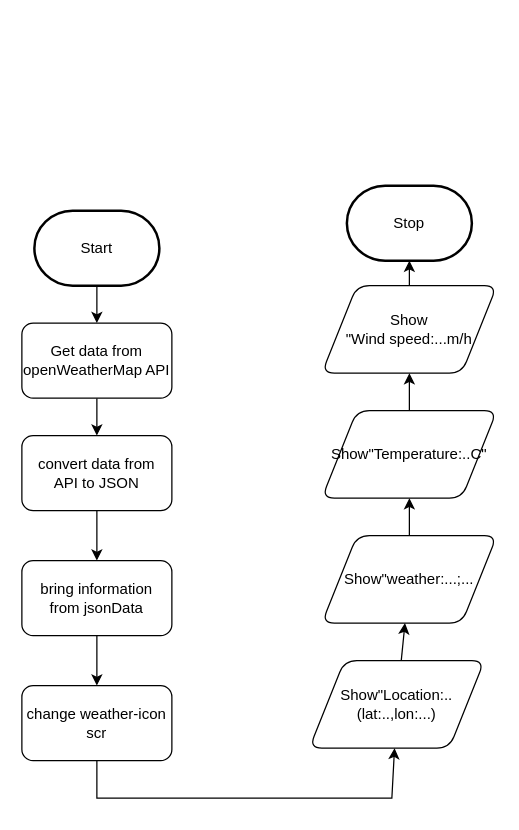
The draw.io diagram design/flowchart.drawio in MTHS-ICD2O-1-2024/ICD2O-Unit-6-03-Adrina-peighambarzadeh, before the edit. Source tidied: cells renumbered, new cells numbered last; positions are measured from the earlier drawing's top-left corner, leaving out a move shared by most shapes. Both pictures are drawn from the tidied source at 125%, with x=0, y=0 at pixel (21, 185).
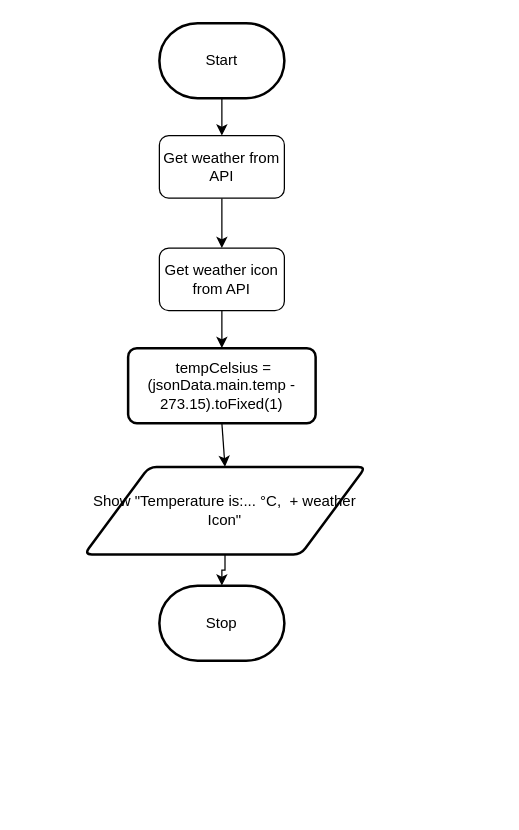
The same diagram, later.

Diff of the diagram source:
```diff
@@
-    <mxCell id="2" style="edgeStyle=none;html=1;" parent="1" edge="1" source="3" target="6">
-      <mxGeometry relative="1" as="geometry" />
-    </mxCell>
+    <mxCell id="21" style="edgeStyle=none;html=1;" parent="1" edge="1" source="29" target="27">
+      <mxGeometry relative="1" as="geometry" />
+    </mxCell>
     <mxCell id="3" value="Start" style="strokeWidth=2;html=1;shape=mxgraph.flowchart.terminator;whiteSpace=wrap;" parent="1" vertex="1">
-      <mxGeometry x="10" y="20" width="100" height="60" as="geometry" />
+      <mxGeometry x="110" y="-130" width="100" height="60" as="geometry" />
     </mxCell>
     <mxCell id="4" value="Stop" style="strokeWidth=2;html=1;shape=mxgraph.flowchart.terminator;whiteSpace=wrap;" parent="1" vertex="1">
-      <mxGeometry x="260" width="100" height="60" as="geometry" />
+      <mxGeometry x="110" y="320" width="100" height="60" as="geometry" />
     </mxCell>
-    <mxCell id="5" style="edgeStyle=none;html=1;" parent="1" edge="1" source="6" target="8">
-      <mxGeometry relative="1" as="geometry" />
-    </mxCell>
-    <mxCell id="6" value="Get data from&lt;div&gt;openWeatherMap API&lt;/div&gt;" style="html=1;dashed=0;whiteSpace=wrap;rounded=1;" parent="1" vertex="1">
-      <mxGeometry y="110" width="120" height="60" as="geometry" />
-    </mxCell>
-    <mxCell id="7" style="edgeStyle=none;html=1;" parent="1" edge="1" source="8" target="10">
-      <mxGeometry relative="1" as="geometry" />
-    </mxCell>
-    <mxCell id="8" value="convert data from&lt;div&gt;API to JSON&lt;/div&gt;" style="html=1;dashed=0;whiteSpace=wrap;rounded=1;" parent="1" vertex="1">
-      <mxGeometry y="200" width="120" height="60" as="geometry" />
-    </mxCell>
-    <mxCell id="9" style="edgeStyle=none;html=1;" parent="1" edge="1" source="10" target="11">
-      <mxGeometry relative="1" as="geometry" />
-    </mxCell>
-    <mxCell id="10" value="bring information&lt;div&gt;from jsonData&lt;/div&gt;" style="html=1;dashed=0;whiteSpace=wrap;rounded=1;" parent="1" vertex="1">
-      <mxGeometry y="300" width="120" height="60" as="geometry" />
-    </mxCell>
-    <mxCell id="11" value="change weather-icon scr" style="html=1;dashed=0;whiteSpace=wrap;rounded=1;" parent="1" vertex="1">
-      <mxGeometry y="400" width="120" height="60" as="geometry" />
-    </mxCell>
-    <mxCell id="12" style="edgeStyle=none;html=1;" parent="1" edge="1" source="13" target="4">
-      <mxGeometry relative="1" as="geometry" />
-    </mxCell>
-    <mxCell id="13" value="Show&lt;div&gt;&quot;Wind speed:...m/h&lt;/div&gt;" style="shape=parallelogram;perimeter=parallelogramPerimeter;whiteSpace=wrap;html=1;dashed=0;rounded=1;" parent="1" vertex="1">
-      <mxGeometry x="240" y="80" width="140" height="70" as="geometry" />
-    </mxCell>
-    <mxCell id="14" style="edgeStyle=none;html=1;" parent="1" edge="1" source="15" target="13">
-      <mxGeometry relative="1" as="geometry" />
-    </mxCell>
-    <mxCell id="15" value="Show&quot;Temperature:..C&quot;" style="shape=parallelogram;perimeter=parallelogramPerimeter;whiteSpace=wrap;html=1;dashed=0;rounded=1;" parent="1" vertex="1">
-      <mxGeometry x="240" y="180" width="140" height="70" as="geometry" />
-    </mxCell>
-    <mxCell id="16" style="edgeStyle=none;html=1;" parent="1" edge="1" source="17" target="15">
-      <mxGeometry relative="1" as="geometry" />
-    </mxCell>
-    <mxCell id="17" value="Show&quot;weather:...;..." style="shape=parallelogram;perimeter=parallelogramPerimeter;whiteSpace=wrap;html=1;dashed=0;rounded=1;" parent="1" vertex="1">
-      <mxGeometry x="240" y="280" width="140" height="70" as="geometry" />
-    </mxCell>
-    <mxCell id="18" style="edgeStyle=none;html=1;" parent="1" edge="1" source="19" target="17">
-      <mxGeometry relative="1" as="geometry" />
-    </mxCell>
-    <mxCell id="19" value="Show&quot;Location:..&lt;div&gt;(lat:..,lon:...)&lt;/div&gt;" style="shape=parallelogram;perimeter=parallelogramPerimeter;whiteSpace=wrap;html=1;dashed=0;rounded=1;" parent="1" vertex="1">
-      <mxGeometry x="230" y="380" width="140" height="70" as="geometry" />
-    </mxCell>
-    <mxCell id="20" style="edgeStyle=none;html=1;exitX=0.5;exitY=1;exitDx=0;exitDy=0;rounded=0;curved=0;" parent="1" edge="1" source="11" target="19">
-      <mxGeometry relative="1" as="geometry">
-        <Array as="points">
-          <mxPoint x="60" y="490" />
-          <mxPoint x="296" y="490" />
-        </Array>
-      </mxGeometry>
-    </mxCell>
+    <mxCell id="22" style="edgeStyle=none;html=1;exitX=0.5;exitY=1;exitDx=0;exitDy=0;entryX=0.5;entryY=0;entryDx=0;entryDy=0;" parent="1" edge="1" target="26">
+      <mxGeometry relative="1" as="geometry">
+        <mxPoint x="160" y="90" as="sourcePoint" />
+      </mxGeometry>
+    </mxCell>
+    <mxCell id="23" style="edgeStyle=orthogonalEdgeStyle;shape=connector;curved=0;rounded=0;html=1;exitX=0.5;exitY=1;exitDx=0;exitDy=0;strokeColor=default;align=center;verticalAlign=middle;fontFamily=Helvetica;fontSize=11;fontColor=default;labelBackgroundColor=default;endArrow=classic;" parent="1" edge="1" source="24" target="4">
+      <mxGeometry relative="1" as="geometry" />
+    </mxCell>
+    <mxCell id="24" value="Show &quot;Temperature is:...&amp;nbsp;°C,&amp;nbsp; + weather Icon&quot;" style="shape=parallelogram;html=1;strokeWidth=2;perimeter=parallelogramPerimeter;whiteSpace=wrap;rounded=1;arcSize=12;size=0.23;" parent="1" vertex="1">
+      <mxGeometry x="50" y="225" width="225" height="70" as="geometry" />
+    </mxCell>
+    <mxCell id="25" style="edgeStyle=none;html=1;exitX=0.5;exitY=1;exitDx=0;exitDy=0;entryX=0.5;entryY=0;entryDx=0;entryDy=0;" parent="1" edge="1" source="26" target="24">
+      <mxGeometry relative="1" as="geometry" />
+    </mxCell>
+    <mxCell id="26" value="&lt;div&gt;&lt;font color=&quot;#000000&quot;&gt;&amp;nbsp;tempCelsius = (jsonData.main.temp - 273.15).toFixed(1)&lt;/font&gt;&lt;/div&gt;" style="rounded=1;whiteSpace=wrap;html=1;absoluteArcSize=1;arcSize=14;strokeWidth=2;" parent="1" vertex="1">
+      <mxGeometry x="85" y="130" width="150" height="60" as="geometry" />
+    </mxCell>
+    <mxCell id="27" value="Get weather icon&lt;div&gt;from API&lt;/div&gt;" style="html=1;dashed=0;whiteSpace=wrap;rounded=1;" parent="1" vertex="1">
+      <mxGeometry x="110" y="50" width="100" height="50" as="geometry" />
+    </mxCell>
+    <mxCell id="28" style="edgeStyle=none;html=1;" parent="1" edge="1" source="3" target="29">
+      <mxGeometry relative="1" as="geometry" />
+    </mxCell>
+    <mxCell id="29" value="Get weather from API" style="html=1;dashed=0;whiteSpace=wrap;rounded=1;" parent="1" vertex="1">
+      <mxGeometry x="110" y="-40" width="100" height="50" as="geometry" />
+    </mxCell>
```
